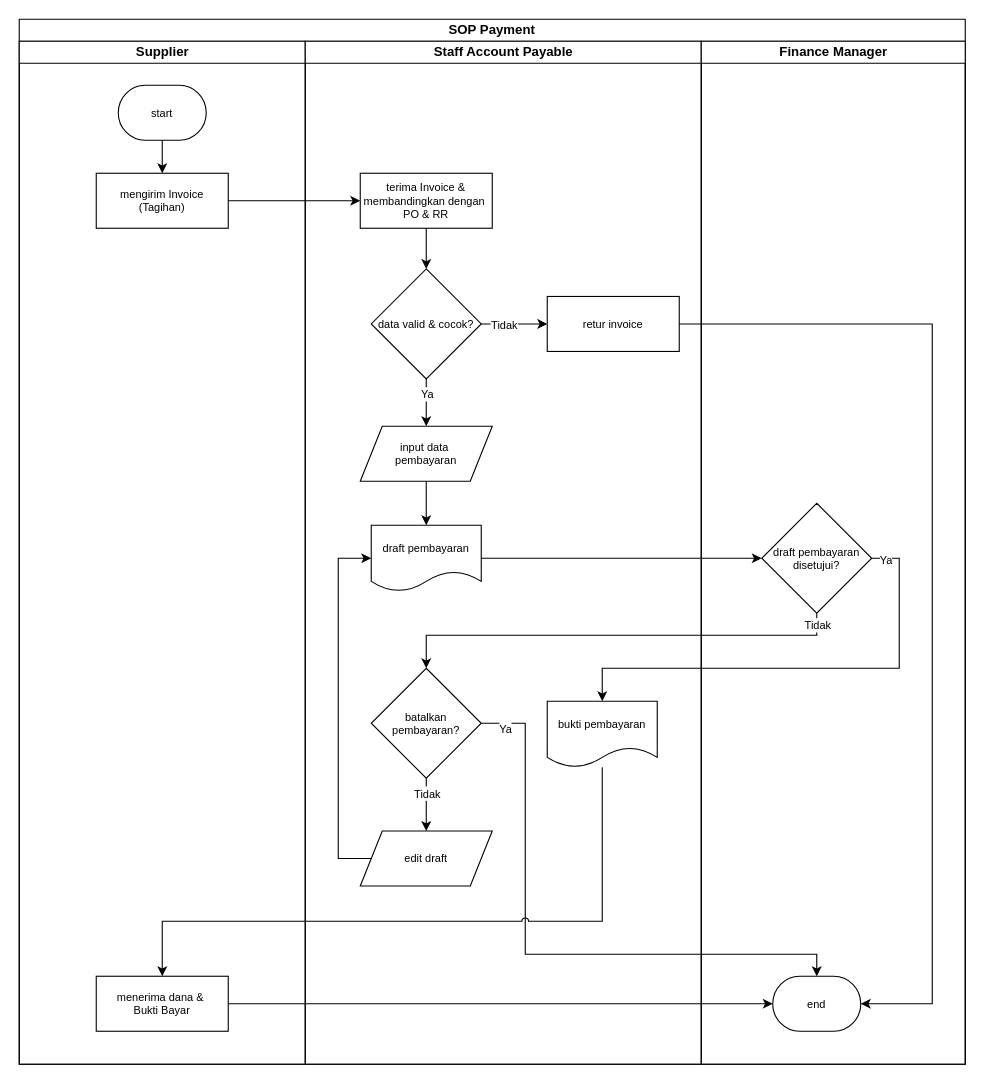
Earlier version of the draw.io diagram page "SOP Pembayaran" (6 of 7) of UAS_ADSI.drawio (elikawicaksana/BuildIT_BasisData). Source tidied: cells renumbered, new cells numbered last; positions are measured from the earlier drawing's top-left corner, leaving out a move shared by most shapes. Both pictures are drawn from the tidied source at 110%, with x=0, y=0 at pixel (19, 19).
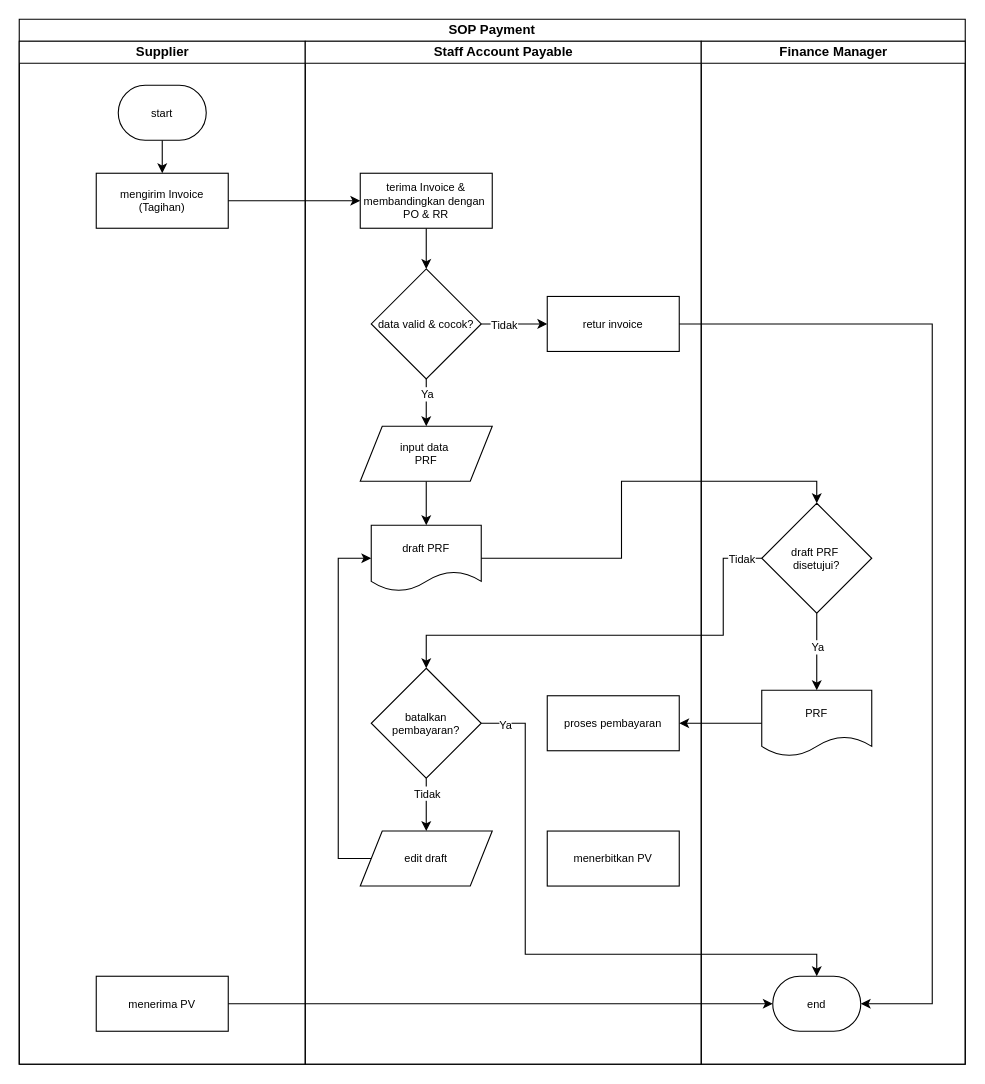
The same diagram, later.

Unchanged cells that the change refers to:
```xml
<mxCell id="2" value="SOP Payment" style="swimlane;html=1;startSize=20;whiteSpace=wrap;" parent="1" vertex="1">
  <mxGeometry width="860" height="950" as="geometry" />
</mxCell>
<mxCell id="3" value="Supplier" style="swimlane;html=1;startSize=20;" parent="2" vertex="1">
  <mxGeometry y="20" width="260" height="930" as="geometry" />
</mxCell>
<mxCell id="8" value="Staff Account Payable" style="swimlane;html=1;startSize=20;" parent="2" vertex="1">
  <mxGeometry x="260" y="20" width="360" height="930" as="geometry" />
</mxCell>
<mxCell id="22" value="batalkan pembayaran?" style="rhombus;whiteSpace=wrap;html=1;fontSize=10;" parent="8" vertex="1">
  <mxGeometry x="60" y="570" width="100" height="100" as="geometry" />
</mxCell>
<mxCell id="26" value="Finance Manager" style="swimlane;html=1;startSize=20;" parent="2" vertex="1">
  <mxGeometry x="620" y="20" width="240" height="930" as="geometry" />
</mxCell>
<mxCell id="35" style="edgeStyle=orthogonalEdgeStyle;rounded=0;jettySize=auto;html=1;entryX=0.5;entryY=0;entryDx=0;entryDy=0;entryPerimeter=0;jumpStyle=arc;" parent="2" edge="1" source="22" target="27">
  <mxGeometry relative="1" as="geometry">
    <Array as="points">
      <mxPoint x="460" y="640" />
      <mxPoint x="460" y="850" />
      <mxPoint x="725" y="850" />
    </Array>
  </mxGeometry>
</mxCell>
```

What changed in the source:
```diff
@@
-    <mxCell id="7" value="menerima dana &amp;amp;&amp;nbsp;&lt;div&gt;Bukti Bayar&lt;/div&gt;" style="rounded=0;whiteSpace=wrap;html=1;absoluteArcSize=1;arcSize=7;strokeWidth=1;fontSize=10;" parent="3" vertex="1">
+    <mxCell id="7" value="menerima PV" style="rounded=0;whiteSpace=wrap;html=1;absoluteArcSize=1;arcSize=7;strokeWidth=1;fontSize=10;" parent="3" vertex="1">
       <mxGeometry x="70" y="850" width="120" height="50" as="geometry" />
     </mxCell>
@@
-    <mxCell id="18" value="&lt;div style=&quot;font-size: 10px;&quot;&gt;input data&amp;nbsp;&lt;/div&gt;&lt;div style=&quot;font-size: 10px;&quot;&gt;pembayaran&lt;/div&gt;" style="shape=parallelogram;perimeter=parallelogramPerimeter;whiteSpace=wrap;html=1;fixedSize=1;" parent="8" vertex="1">
+    <mxCell id="18" value="&lt;div style=&quot;font-size: 10px;&quot;&gt;input data&amp;nbsp;&lt;/div&gt;&lt;div style=&quot;font-size: 10px;&quot;&gt;PRF&lt;/div&gt;" style="shape=parallelogram;perimeter=parallelogramPerimeter;whiteSpace=wrap;html=1;fixedSize=1;" parent="8" vertex="1">
       <mxGeometry x="50" y="350" width="120" height="50" as="geometry" />
     </mxCell>
-    <mxCell id="19" value="&lt;font style=&quot;font-size: 10px;&quot;&gt;draft pembayaran&lt;/font&gt;" style="shape=document;whiteSpace=wrap;html=1;boundedLbl=1;" parent="8" vertex="1">
+    <mxCell id="19" value="&lt;font style=&quot;font-size: 10px;&quot;&gt;draft PRF&lt;/font&gt;" style="shape=document;whiteSpace=wrap;html=1;boundedLbl=1;" parent="8" vertex="1">
       <mxGeometry x="60" y="440" width="100" height="60" as="geometry" />
     </mxCell>
@@
-    <mxCell id="23" value="&lt;font style=&quot;font-size: 10px;&quot;&gt;bukti pembayaran&lt;/font&gt;" style="shape=document;whiteSpace=wrap;html=1;boundedLbl=1;" parent="8" vertex="1">
-      <mxGeometry x="220" y="600" width="100" height="60" as="geometry" />
-    </mxCell>
@@
+    <mxCell id="40" value="proses pembayaran" style="rounded=0;whiteSpace=wrap;html=1;absoluteArcSize=1;arcSize=7;strokeWidth=1;fontSize=10;" parent="8" vertex="1">
+      <mxGeometry x="220" y="595" width="120" height="50" as="geometry" />
+    </mxCell>
+    <mxCell id="41" value="menerbitkan PV" style="rounded=0;whiteSpace=wrap;html=1;absoluteArcSize=1;arcSize=7;strokeWidth=1;fontSize=10;" parent="8" vertex="1">
+      <mxGeometry x="220" y="718" width="120" height="50" as="geometry" />
+    </mxCell>
@@
-    <mxCell id="28" value="draft pembayaran disetujui?" style="rhombus;whiteSpace=wrap;html=1;fontSize=10;" parent="26" vertex="1">
+    <mxCell id="28" value="draft PRF&amp;nbsp;&lt;div&gt;disetujui?&lt;/div&gt;" style="rhombus;whiteSpace=wrap;html=1;fontSize=10;" parent="26" vertex="1">
       <mxGeometry x="55" y="420" width="100" height="100" as="geometry" />
     </mxCell>
+    <mxCell id="23" value="&lt;font style=&quot;font-size: 10px;&quot;&gt;PRF&lt;/font&gt;" style="shape=document;whiteSpace=wrap;html=1;boundedLbl=1;" parent="26" vertex="1">
+      <mxGeometry x="55" y="590" width="100" height="60" as="geometry" />
+    </mxCell>
+    <mxCell id="33" style="edgeStyle=orthogonalEdgeStyle;rounded=0;jettySize=auto;html=1;entryX=0.5;entryY=0;entryDx=0;entryDy=0;" parent="26" edge="1" source="28" target="23">
+      <mxGeometry relative="1" as="geometry">
+        <Array as="points">
+          <mxPoint x="105" y="580" />
+          <mxPoint x="105" y="580" />
+        </Array>
+      </mxGeometry>
+    </mxCell>
+    <mxCell id="34" value="&lt;font style=&quot;font-size: 10px;&quot;&gt;Ya&lt;/font&gt;" style="edgeLabel;html=1;align=center;verticalAlign=middle;" parent="33" vertex="1">
+      <mxGeometry x="-0.93" y="-1" relative="1" as="geometry">
+        <mxPoint x="1" y="28" as="offset" />
+      </mxGeometry>
+    </mxCell>
@@
-    <mxCell id="30" style="edgeStyle=orthogonalEdgeStyle;rounded=0;jettySize=auto;html=1;entryX=0;entryY=0.5;entryDx=0;entryDy=0;" parent="2" edge="1" source="19" target="28">
+    <mxCell id="30" style="edgeStyle=orthogonalEdgeStyle;rounded=0;jettySize=auto;html=1;entryX=0.5;entryY=0;entryDx=0;entryDy=0;" parent="2" edge="1" source="19" target="28">
       <mxGeometry relative="1" as="geometry" />
     </mxCell>
-    <mxCell id="31" style="edgeStyle=orthogonalEdgeStyle;rounded=0;jettySize=auto;html=1;entryX=0.5;entryY=0;entryDx=0;entryDy=0;" parent="2" edge="1" source="28" target="22">
+    <mxCell id="31" style="edgeStyle=orthogonalEdgeStyle;rounded=0;jettySize=auto;html=1;entryX=0.5;entryY=0;entryDx=0;entryDy=0;exitX=0;exitY=0.5;exitDx=0;exitDy=0;" parent="2" edge="1" source="28" target="22">
       <mxGeometry relative="1" as="geometry">
         <Array as="points">
-          <mxPoint x="725" y="560" />
+          <mxPoint x="640" y="490" />
+          <mxPoint x="640" y="560" />
           <mxPoint x="370" y="560" />
         </Array>
       </mxGeometry>
     </mxCell>
     <mxCell id="32" value="&lt;font style=&quot;font-size: 10px;&quot;&gt;Tidak&lt;/font&gt;" style="edgeLabel;html=1;align=center;verticalAlign=middle;" parent="31" vertex="1">
       <mxGeometry x="-0.94" relative="1" as="geometry">
-        <mxPoint y="-2" as="offset" />
+        <mxPoint x="-7" as="offset" />
       </mxGeometry>
     </mxCell>
-    <mxCell id="33" style="edgeStyle=orthogonalEdgeStyle;rounded=0;jettySize=auto;html=1;entryX=0.5;entryY=0;entryDx=0;entryDy=0;" parent="2" edge="1" source="28" target="23">
-      <mxGeometry relative="1" as="geometry">
-        <Array as="points">
-          <mxPoint x="800" y="490" />
-          <mxPoint x="800" y="590" />
-          <mxPoint x="530" y="590" />
-        </Array>
-      </mxGeometry>
-    </mxCell>
-    <mxCell id="34" value="&lt;font style=&quot;font-size: 10px;&quot;&gt;Ya&lt;/font&gt;" style="edgeLabel;html=1;align=center;verticalAlign=middle;" parent="33" vertex="1">
-      <mxGeometry x="-0.93" y="-1" relative="1" as="geometry">
-        <mxPoint x="-3" as="offset" />
-      </mxGeometry>
-    </mxCell>
@@
     <mxCell id="36" value="&lt;font style=&quot;font-size: 10px;&quot;&gt;Ya&lt;/font&gt;" style="edgeLabel;html=1;align=center;verticalAlign=middle;" parent="35" vertex="1">
-      <mxGeometry x="-0.92" y="-4" relative="1" as="geometry" />
+      <mxGeometry x="-0.92" y="-4" relative="1" as="geometry">
+        <mxPoint y="-3" as="offset" />
+      </mxGeometry>
     </mxCell>
-    <mxCell id="37" style="edgeStyle=orthogonalEdgeStyle;rounded=0;jettySize=auto;html=1;entryX=0.5;entryY=0;entryDx=0;entryDy=0;jumpStyle=arc;" parent="2" edge="1" source="23" target="7">
-      <mxGeometry relative="1" as="geometry">
-        <Array as="points">
-          <mxPoint x="530" y="820" />
-          <mxPoint x="130" y="820" />
-        </Array>
-      </mxGeometry>
-    </mxCell>
@@
+    <mxCell id="42" style="edgeStyle=orthogonalEdgeStyle;rounded=0;jettySize=auto;html=1;entryX=1;entryY=0.5;entryDx=0;entryDy=0;" parent="2" edge="1" source="23" target="40">
+      <mxGeometry relative="1" as="geometry" />
+    </mxCell>
```
